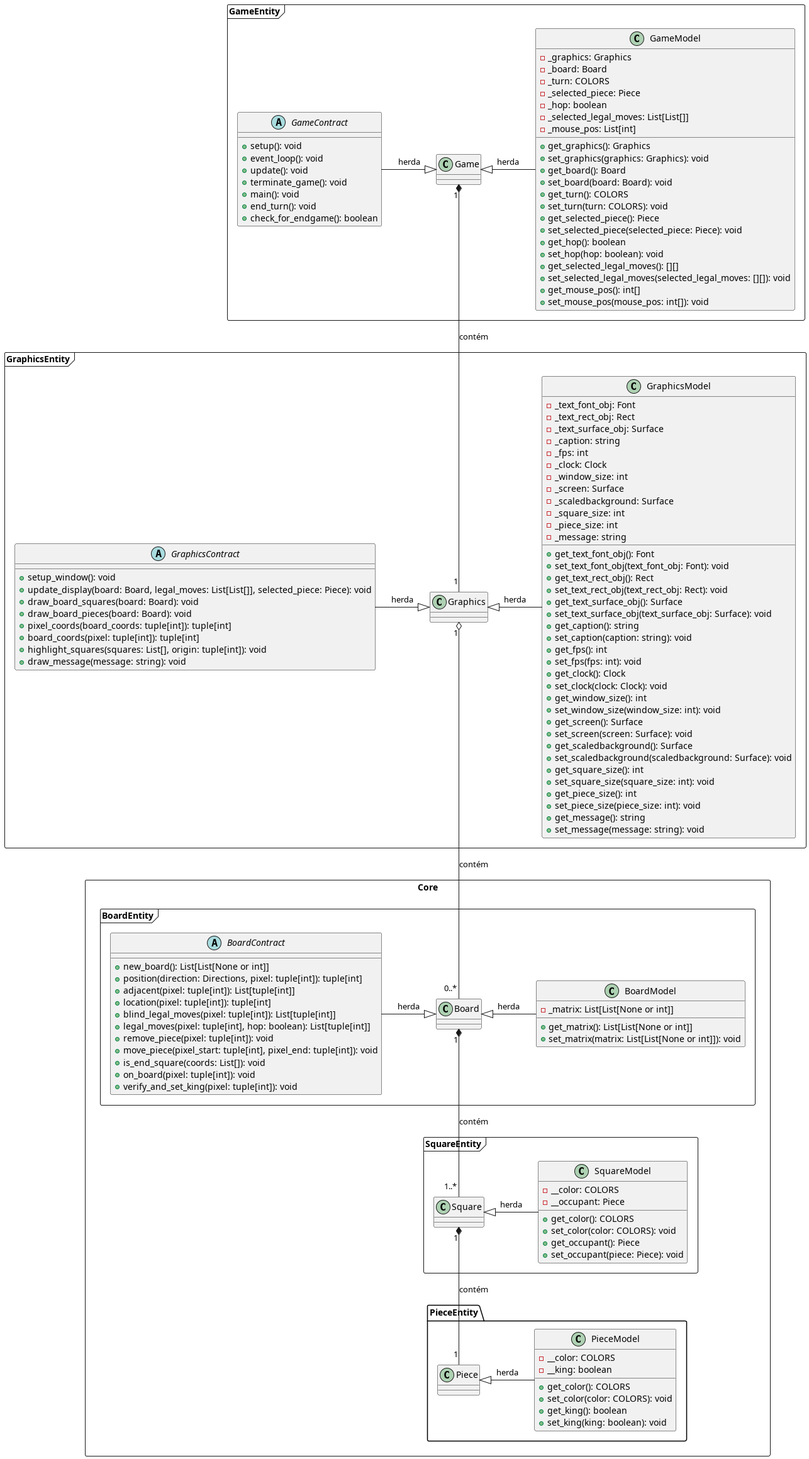
Earlier version of the PlantUML export UML_IMAGE/Checkers.png (victorfjansen/python-chessgame).
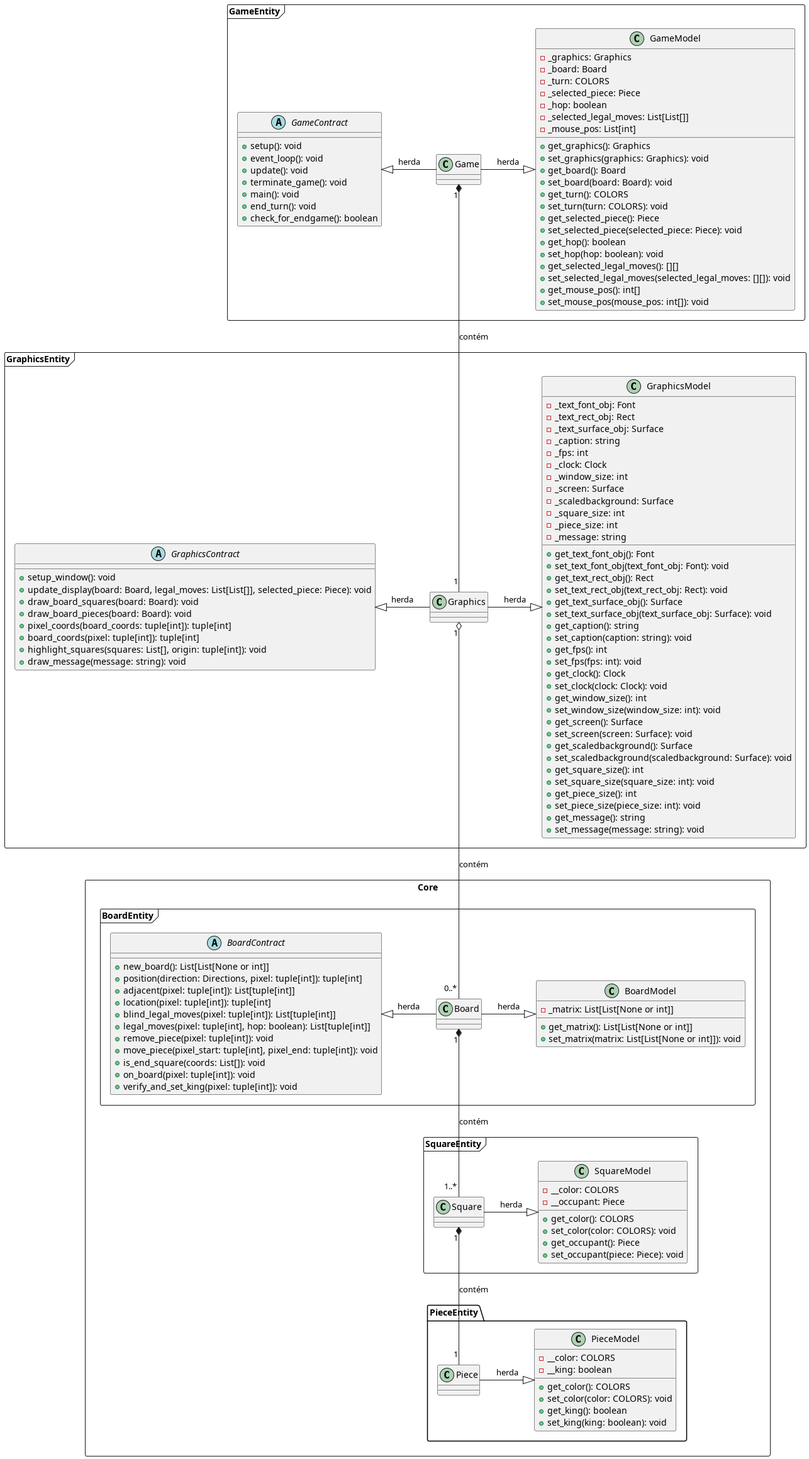
After the change.

Commit message:
fix: acerta uml

Change to the diagram source:
```diff
@@ -147,18 +147,18 @@
 }
 }
 
-Board <|-right- BoardModel : herda
-Board <|-left- BoardContract : herda
+Board -right-|> BoardModel : herda
+Board -left-|> BoardContract : herda
 
-Game <|-right- GameModel : herda
-Game <|-left- GameContract : herda
+Game -right-|> GameModel : herda
+Game -left-|> GameContract : herda
 
-Graphics <|-left- GraphicsContract : herda
-Graphics <|-right- GraphicsModel : herda
+Graphics -left-|> GraphicsContract : herda
+Graphics -right-|> GraphicsModel : herda
 
-Piece <|-right- PieceModel : herda
+Piece -right-|> PieceModel : herda
 
-Square <|-right- SquareModel : herda
+Square -right-|> SquareModel : herda
 
 Square "1" *-- "1" Piece : contém
 
```
